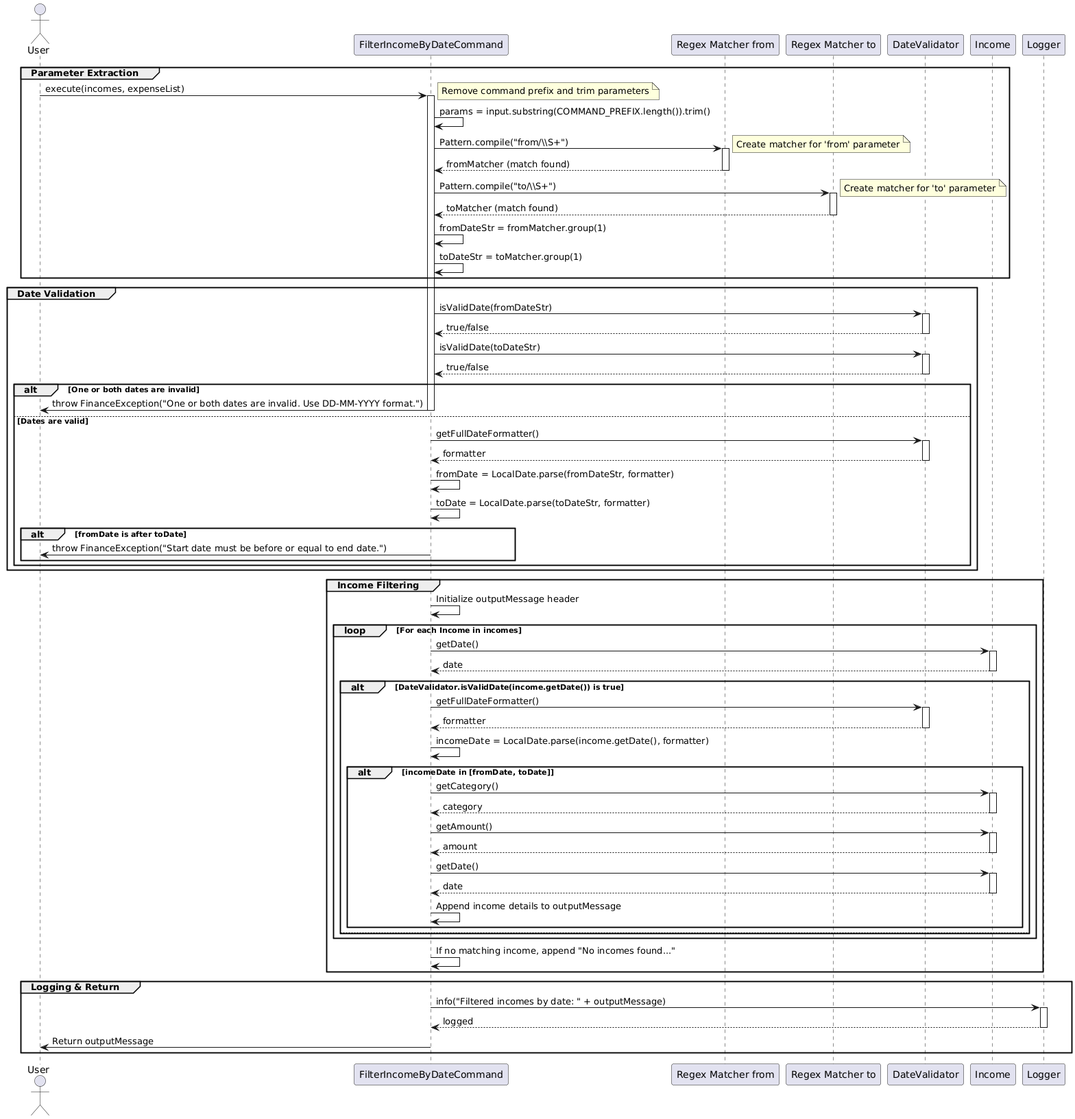
The PlantUML diagram docs/diagrams/FilterIncomeByDateCommandSequence.png in thienkimtranhoang/tp, before a commit.
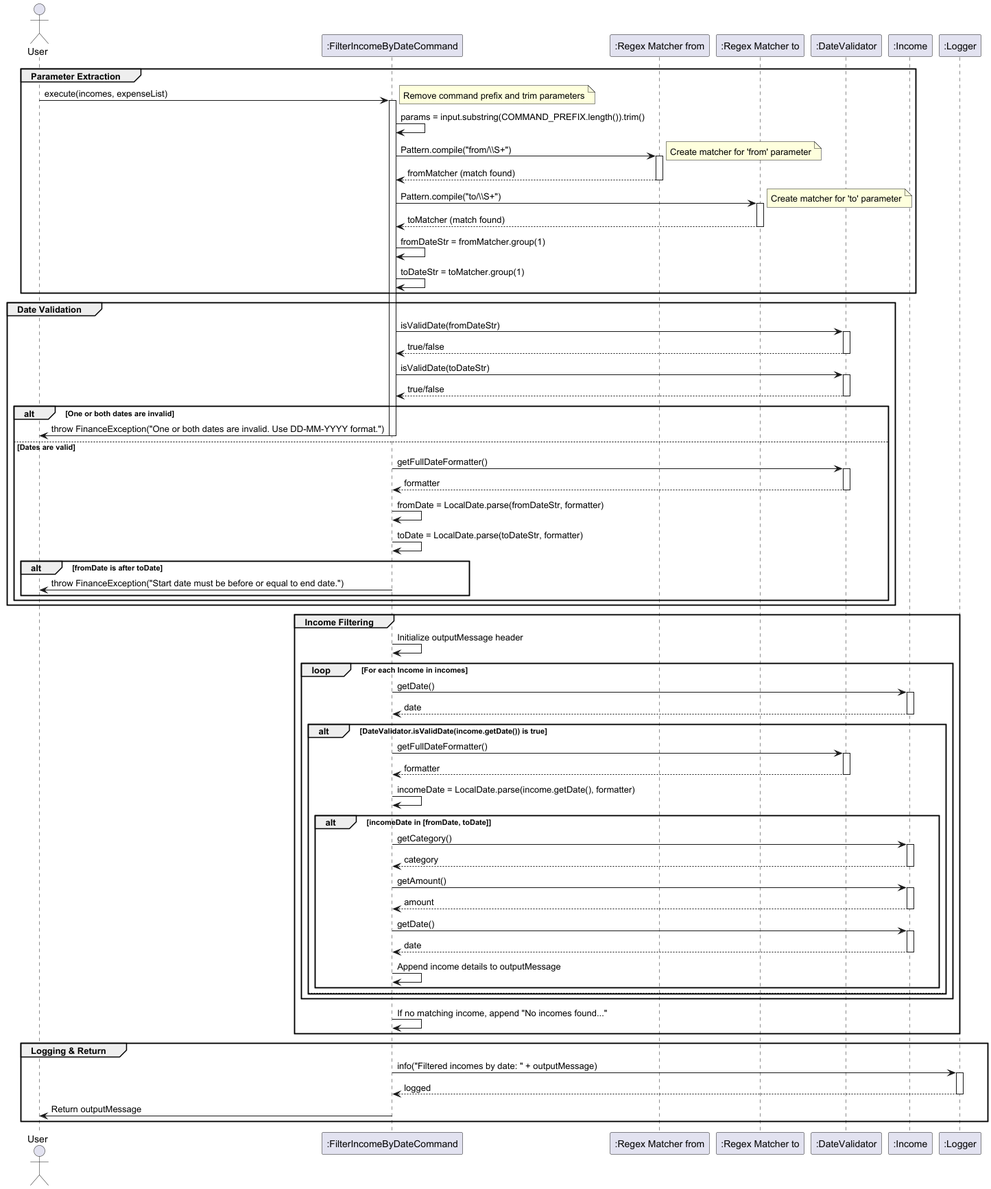
Above is the later version.

The edit, as a diff of the source:
```diff
@@ -1,11 +1,11 @@
 @startuml
 actor User
-participant "FilterIncomeByDateCommand" as Command
-participant "Regex Matcher from" as MatcherFrom
-participant "Regex Matcher to" as MatcherTo
-participant "DateValidator" as DV
-participant "Income" as Income
-participant "Logger" as Logger
+participant ":FilterIncomeByDateCommand" as Command
+participant ":Regex Matcher from" as MatcherFrom
+participant ":Regex Matcher to" as MatcherTo
+participant ":DateValidator" as DV
+participant ":Income" as Income
+participant ":Logger" as Logger
 
 group Parameter Extraction
     User -> Command: execute(incomes, expenseList)
@@ -108,4 +108,5 @@
     Command -> User: Return outputMessage
     deactivate Command
 end
+
 @enduml
```
